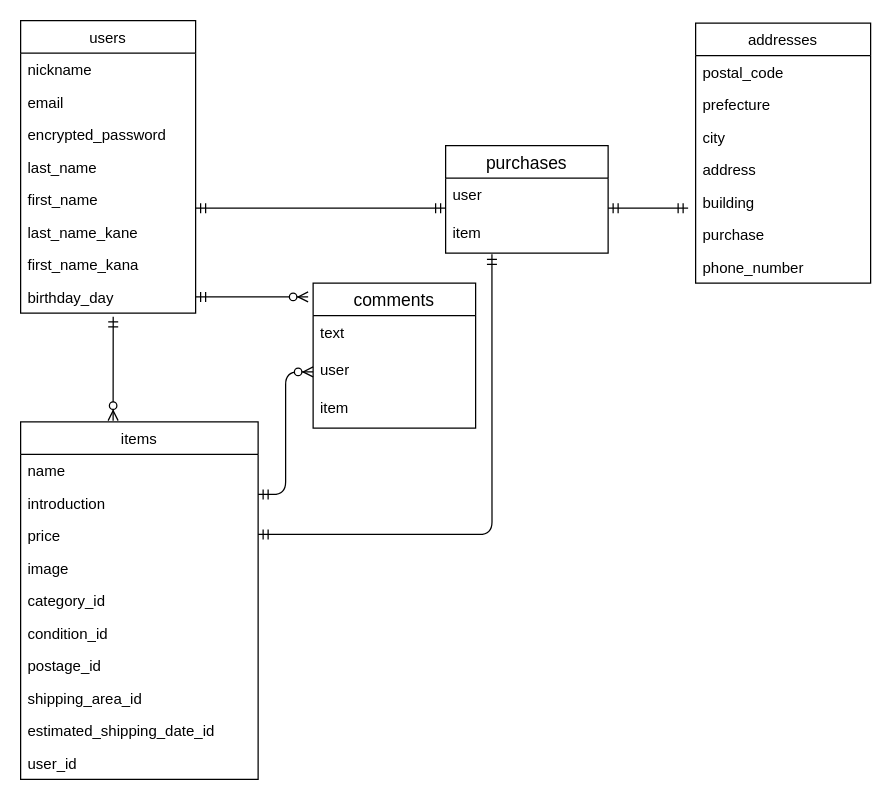
Before: furima-31996.dio in mr0216/furima-31996, a draw.io diagram. Source tidied: cells renumbered, new cells numbered last; positions are measured from the earlier drawing's top-left corner, leaving out a move shared by most shapes. Both pictures are drawn from the tidied source at 125%, with x=0, y=0 at pixel (20, 20).
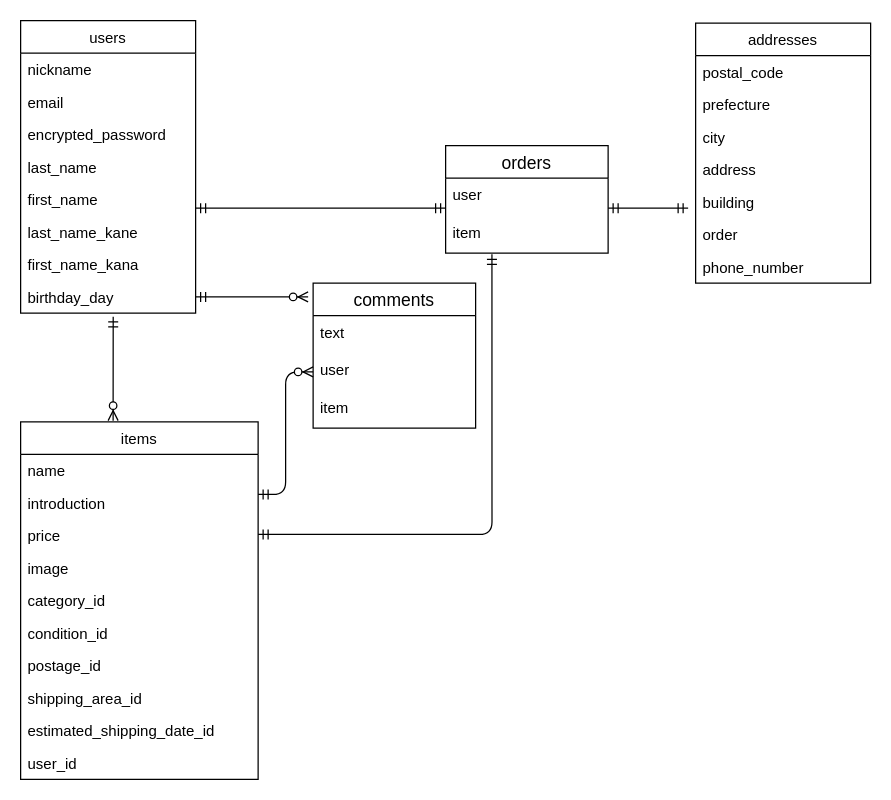
The same diagram, later.

Unchanged cells that the change refers to:
```xml
<mxCell id="35" value="addresses" style="swimlane;fontStyle=0;horizontal=1;startSize=26;fillColor=none;" parent="1" vertex="1">
  <mxGeometry x="540" y="2" width="140" height="208" as="geometry" />
</mxCell>
```

What changed in the source:
```diff
@@
-    <mxCell id="32" value="purchases" style="swimlane;fontStyle=0;horizontal=1;startSize=26;align=center;fontSize=14;" parent="1" vertex="1">
+    <mxCell id="32" value="orders" style="swimlane;fontStyle=0;horizontal=1;startSize=26;align=center;fontSize=14;" parent="1" vertex="1">
       <mxGeometry x="340" y="100" width="130" height="86" as="geometry" />
     </mxCell>
@@
-    <mxCell id="41" value="purchase" style="text;strokeColor=none;fillColor=none;align=left;verticalAlign=top;spacingLeft=4;spacingRight=4;overflow=hidden;" parent="35" vertex="1">
+    <mxCell id="41" value="order" style="text;strokeColor=none;fillColor=none;align=left;verticalAlign=top;spacingLeft=4;spacingRight=4;overflow=hidden;" parent="35" vertex="1">
       <mxGeometry y="156" width="140" height="26" as="geometry" />
     </mxCell>
```
